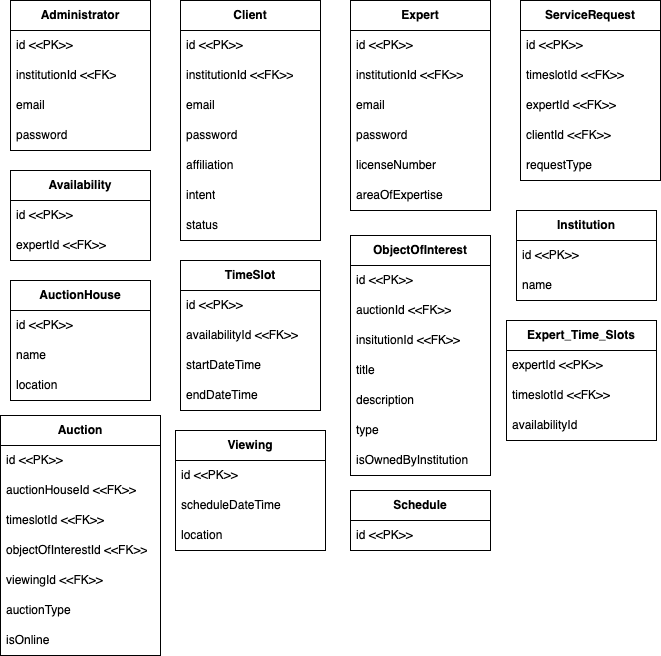
benjaminsunliu/chillmates-soen-342 keeps this draw.io diagram as artifacts/DataModel/SOEN342-DataModel.drawio.png. Above is the earlier version. Source tidied: cells renumbered, new cells last; positions are measured from the earlier drawing's top-left corner, leaving out a move shared by most shapes.
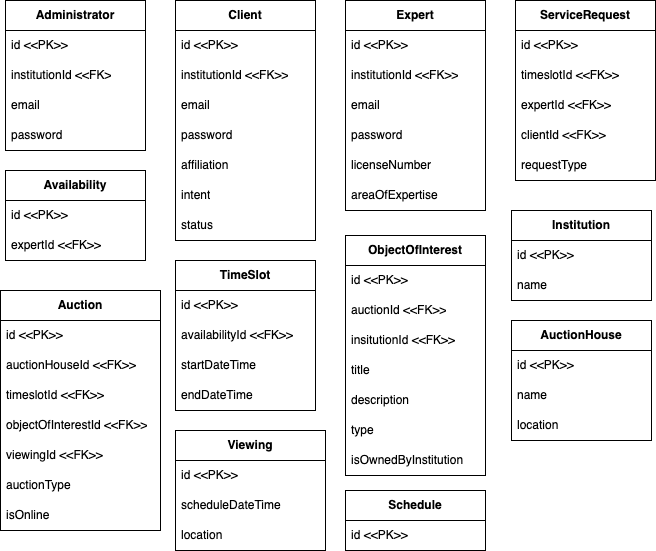
After the change.

What changed in the source:
```diff
@@ -138,7 +138,7 @@
       <mxGeometry y="60" width="140" height="30" as="geometry" />
     </mxCell>
     <mxCell id="47" value="&lt;b&gt;AuctionHouse&lt;/b&gt;" style="swimlane;fontStyle=0;horizontal=1;startSize=30;whiteSpace=wrap;html=1;" parent="1" vertex="1">
-      <mxGeometry x="10" y="280" width="140" height="120" as="geometry" />
+      <mxGeometry x="516" y="320" width="140" height="120" as="geometry" />
     </mxCell>
     <mxCell id="48" value="id &amp;lt;&amp;lt;PK&amp;gt;&amp;gt;" style="text;strokeColor=none;fillColor=none;align=left;verticalAlign=middle;spacingLeft=4;spacingRight=4;overflow=hidden;whiteSpace=wrap;html=1;" parent="47" vertex="1">
       <mxGeometry y="30" width="140" height="30" as="geometry" />
@@ -150,7 +150,7 @@
       <mxGeometry y="90" width="140" height="30" as="geometry" />
     </mxCell>
     <mxCell id="51" value="&lt;b&gt;Auction&lt;/b&gt;" style="swimlane;fontStyle=0;horizontal=1;startSize=30;whiteSpace=wrap;html=1;" parent="1" vertex="1">
-      <mxGeometry y="415" width="160" height="240" as="geometry" />
+      <mxGeometry x="5" y="290" width="160" height="240" as="geometry" />
     </mxCell>
     <mxCell id="52" value="id &amp;lt;&amp;lt;PK&amp;gt;&amp;gt;" style="text;strokeColor=none;fillColor=none;align=left;verticalAlign=middle;spacingLeft=4;spacingRight=4;overflow=hidden;whiteSpace=wrap;html=1;" parent="51" vertex="1">
       <mxGeometry y="30" width="160" height="30" as="geometry" />
@@ -174,7 +174,7 @@
       <mxGeometry y="210" width="160" height="30" as="geometry" />
     </mxCell>
     <mxCell id="59" value="&lt;b&gt;Viewing&lt;/b&gt;" style="swimlane;fontStyle=0;horizontal=1;startSize=30;whiteSpace=wrap;html=1;" parent="1" vertex="1">
-      <mxGeometry x="175" y="430" width="150" height="120" as="geometry" />
+      <mxGeometry x="180" y="430" width="150" height="120" as="geometry" />
     </mxCell>
     <mxCell id="60" value="id &amp;lt;&amp;lt;PK&amp;gt;&amp;gt;" style="text;strokeColor=none;fillColor=none;align=left;verticalAlign=middle;spacingLeft=4;spacingRight=4;overflow=hidden;whiteSpace=wrap;html=1;" parent="59" vertex="1">
       <mxGeometry y="30" width="150" height="30" as="geometry" />
@@ -191,17 +191,5 @@
     <mxCell id="64" value="id &amp;lt;&amp;lt;PK&amp;gt;&amp;gt;" style="text;strokeColor=none;fillColor=none;align=left;verticalAlign=middle;spacingLeft=4;spacingRight=4;overflow=hidden;whiteSpace=wrap;html=1;" parent="63" vertex="1">
       <mxGeometry y="30" width="140" height="30" as="geometry" />
     </mxCell>
-    <mxCell id="65" value="&lt;b&gt;Expert_Time_Slots&lt;/b&gt;" style="swimlane;fontStyle=0;horizontal=1;startSize=30;whiteSpace=wrap;html=1;" parent="1" vertex="1">
-      <mxGeometry x="506" y="320" width="150" height="120" as="geometry" />
-    </mxCell>
-    <mxCell id="66" value="expertId &amp;lt;&amp;lt;PK&amp;gt;&amp;gt;" style="text;strokeColor=none;fillColor=none;align=left;verticalAlign=middle;spacingLeft=4;spacingRight=4;overflow=hidden;whiteSpace=wrap;html=1;" parent="65" vertex="1">
-      <mxGeometry y="30" width="150" height="30" as="geometry" />
-    </mxCell>
-    <mxCell id="67" value="timeslotId &amp;lt;&amp;lt;FK&amp;gt;&amp;gt;" style="text;strokeColor=none;fillColor=none;align=left;verticalAlign=middle;spacingLeft=4;spacingRight=4;overflow=hidden;whiteSpace=wrap;html=1;" parent="65" vertex="1">
-      <mxGeometry y="60" width="150" height="30" as="geometry" />
-    </mxCell>
-    <mxCell id="68" value="availabilityId" style="text;strokeColor=none;fillColor=none;align=left;verticalAlign=middle;spacingLeft=4;spacingRight=4;overflow=hidden;whiteSpace=wrap;html=1;" parent="65" vertex="1">
-      <mxGeometry y="90" width="150" height="30" as="geometry" />
-    </mxCell>
   </root>
 </mxGraphModel>
```
